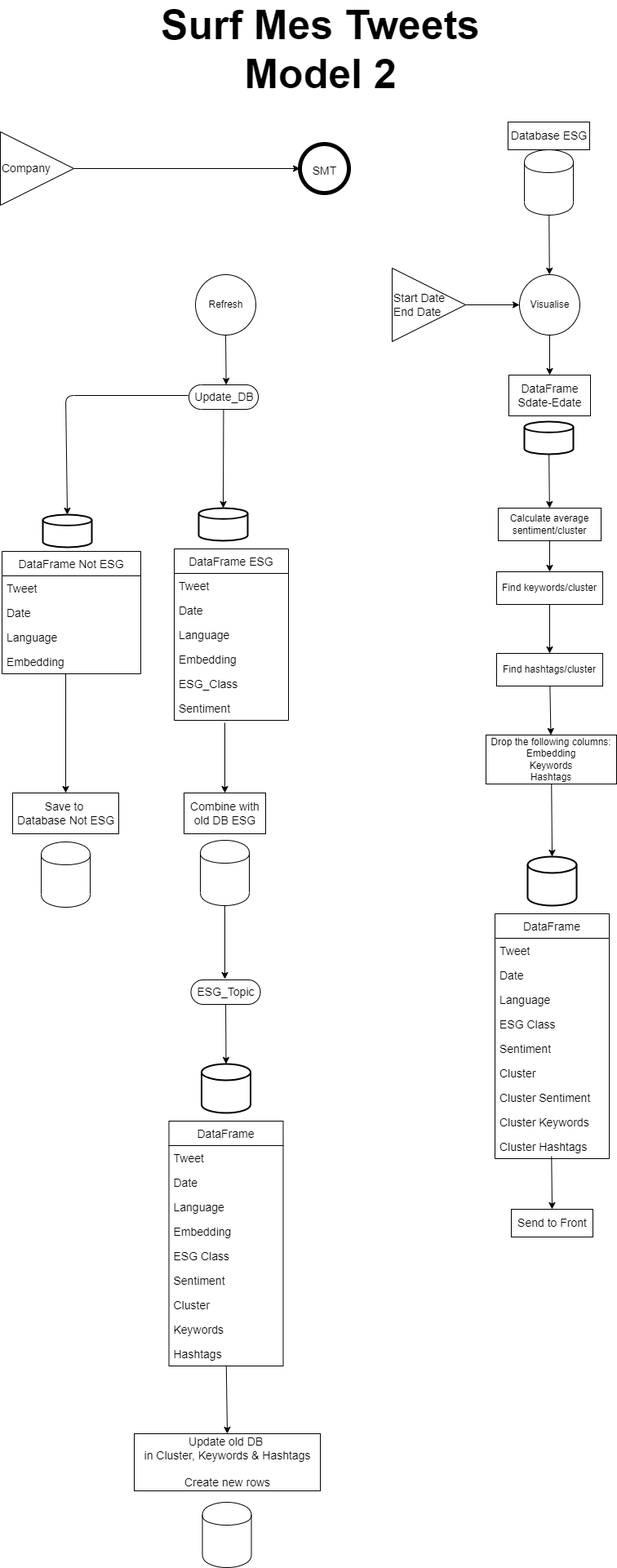
Before: Final_models/documentation + resources/Model_2.png, a diagram exported from draw.io (HusseinRR/Twitter-Sentiment-Analysis). Source tidied: cells renumbered, new cells last; positions are measured from the earlier drawing's top-left corner, leaving out a move shared by most shapes.
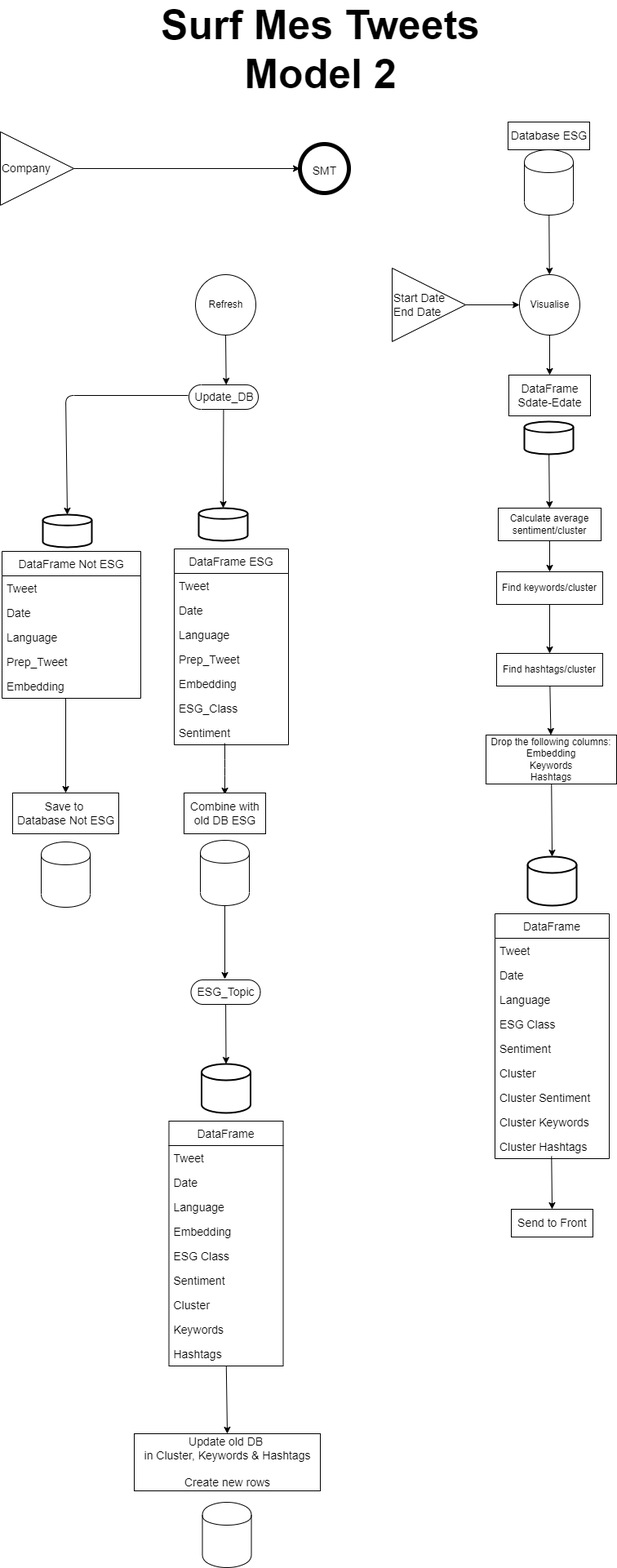
The same file after the commit.

Diff of the diagram source:
```diff
@@ -44,7 +44,7 @@
       <mxGeometry x="243" y="592" width="60" height="40" as="geometry" />
     </mxCell>
     <mxCell id="14" value="DataFrame ESG" style="swimlane;fontStyle=0;horizontal=1;startSize=30;fontSize=14;" parent="1" vertex="1">
-      <mxGeometry x="213" y="642" width="140" height="210" as="geometry" />
+      <mxGeometry x="213" y="642" width="140" height="240" as="geometry" />
     </mxCell>
     <mxCell id="15" value="Tweet" style="text;strokeColor=none;fillColor=none;align=left;verticalAlign=middle;spacingLeft=4;spacingRight=4;overflow=hidden;fontSize=14;" parent="14" vertex="1">
       <mxGeometry y="30" width="140" height="30" as="geometry" />
@@ -55,14 +55,17 @@
     <mxCell id="17" value="Language" style="text;strokeColor=none;fillColor=none;align=left;verticalAlign=middle;spacingLeft=4;spacingRight=4;overflow=hidden;fontSize=14;" parent="14" vertex="1">
       <mxGeometry y="90" width="140" height="30" as="geometry" />
     </mxCell>
+    <mxCell id="82" value="Prep_Tweet" style="text;strokeColor=none;fillColor=none;align=left;verticalAlign=middle;spacingLeft=4;spacingRight=4;overflow=hidden;fontSize=14;" parent="14" vertex="1">
+      <mxGeometry y="120" width="140" height="30" as="geometry" />
+    </mxCell>
     <mxCell id="18" value="Embedding" style="text;strokeColor=none;fillColor=none;align=left;verticalAlign=middle;spacingLeft=4;spacingRight=4;overflow=hidden;fontSize=14;" parent="14" vertex="1">
-      <mxGeometry y="120" width="140" height="30" as="geometry" />
+      <mxGeometry y="150" width="140" height="30" as="geometry" />
     </mxCell>
     <mxCell id="19" value="ESG_Class" style="text;strokeColor=none;fillColor=none;align=left;verticalAlign=middle;spacingLeft=4;spacingRight=4;overflow=hidden;fontSize=14;" parent="14" vertex="1">
-      <mxGeometry y="150" width="140" height="30" as="geometry" />
+      <mxGeometry y="180" width="140" height="30" as="geometry" />
     </mxCell>
     <mxCell id="20" value="Sentiment" style="text;strokeColor=none;fillColor=none;align=left;verticalAlign=middle;spacingLeft=4;spacingRight=4;overflow=hidden;fontSize=14;" parent="14" vertex="1">
-      <mxGeometry y="180" width="140" height="30" as="geometry" />
+      <mxGeometry y="210" width="140" height="30" as="geometry" />
     </mxCell>
     <mxCell id="21" style="edgeStyle=none;html=1;entryX=0.5;entryY=0;entryDx=0;entryDy=0;fontSize=14;startArrow=none;" parent="1" edge="1" source="25">
       <mxGeometry relative="1" as="geometry">
@@ -77,16 +80,20 @@
     <mxCell id="23" style="shape=cylinder;whiteSpace=wrap;html=1;boundedLbl=1;backgroundOutline=1;fontSize=14;" parent="1" vertex="1">
       <mxGeometry x="245" y="999" width="60" height="80" as="geometry" />
     </mxCell>
-    <mxCell id="24" style="edgeStyle=none;html=1;entryX=0.5;entryY=0;entryDx=0;entryDy=0;fontSize=14;" parent="1" edge="1" target="25">
+    <mxCell id="24" style="edgeStyle=none;html=1;entryX=0.5;entryY=0;entryDx=0;entryDy=0;fontSize=14;" parent="1" edge="1">
       <mxGeometry relative="1" as="geometry">
-        <mxPoint x="275" y="855" as="sourcePoint" />
+        <mxPoint x="275" y="880" as="sourcePoint" />
+        <mxPoint x="275" y="943" as="targetPoint" />
+        <Array as="points">
+          <mxPoint x="275" y="910" />
+        </Array>
       </mxGeometry>
     </mxCell>
     <mxCell id="25" value="&amp;nbsp;Combine with&amp;nbsp;&lt;br&gt;old DB ESG" style="html=1;dashed=0;whitespace=wrap;fontSize=14;" parent="1" vertex="1">
       <mxGeometry x="225" y="941" width="100" height="50" as="geometry" />
     </mxCell>
     <mxCell id="26" value="DataFrame Not ESG" style="swimlane;fontStyle=0;horizontal=1;startSize=30;fontSize=14;" parent="1" vertex="1">
-      <mxGeometry x="2" y="645" width="170" height="150" as="geometry" />
+      <mxGeometry x="2" y="645" width="170" height="180" as="geometry" />
     </mxCell>
     <mxCell id="27" value="Tweet" style="text;strokeColor=none;fillColor=none;align=left;verticalAlign=middle;spacingLeft=4;spacingRight=4;overflow=hidden;fontSize=14;" parent="26" vertex="1">
       <mxGeometry y="30" width="170" height="30" as="geometry" />
@@ -94,11 +101,14 @@
     <mxCell id="28" value="Date" style="text;strokeColor=none;fillColor=none;align=left;verticalAlign=middle;spacingLeft=4;spacingRight=4;overflow=hidden;fontSize=14;" parent="26" vertex="1">
       <mxGeometry y="60" width="170" height="30" as="geometry" />
     </mxCell>
+    <mxCell id="83" value="Language" style="text;strokeColor=none;fillColor=none;align=left;verticalAlign=middle;spacingLeft=4;spacingRight=4;overflow=hidden;fontSize=14;" parent="26" vertex="1">
+      <mxGeometry y="90" width="170" height="30" as="geometry" />
+    </mxCell>
-    <mxCell id="29" value="Language" style="text;strokeColor=none;fillColor=none;align=left;verticalAlign=middle;spacingLeft=4;spacingRight=4;overflow=hidden;fontSize=14;" parent="26" vertex="1">
-      <mxGeometry y="90" width="170" height="30" as="geometry" />
+    <mxCell id="29" value="Prep_Tweet" style="text;strokeColor=none;fillColor=none;align=left;verticalAlign=middle;spacingLeft=4;spacingRight=4;overflow=hidden;fontSize=14;" parent="26" vertex="1">
+      <mxGeometry y="120" width="170" height="30" as="geometry" />
     </mxCell>
     <mxCell id="30" value="Embedding" style="text;strokeColor=none;fillColor=none;align=left;verticalAlign=middle;spacingLeft=4;spacingRight=4;overflow=hidden;points=[[0,0.5],[1,0.5]];portConstraint=eastwest;fontSize=14;" parent="26" vertex="1">
-      <mxGeometry y="120" width="170" height="30" as="geometry" />
+      <mxGeometry y="150" width="170" height="30" as="geometry" />
     </mxCell>
     <mxCell id="31" style="strokeWidth=2;html=1;shape=mxgraph.flowchart.database;whiteSpace=wrap;fontSize=14;" parent="1" vertex="1">
       <mxGeometry x="52" y="600" width="60" height="40" as="geometry" />
```
